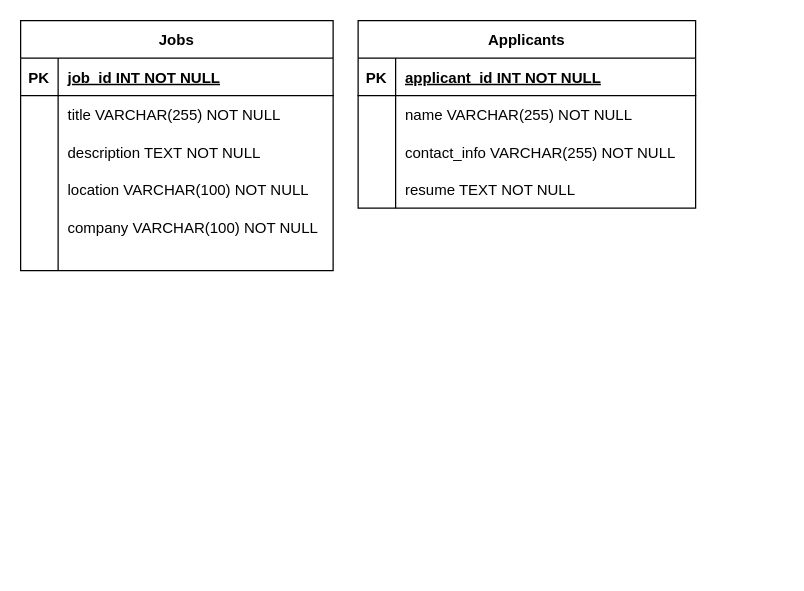
bhargav1997/Easy-Fill keeps this draw.io diagram as JobManagement.drawio. Above is the earlier version. Source tidied: cells renumbered, new cells numbered last; positions are measured from the earlier drawing's top-left corner, leaving out a move shared by most shapes. Both pictures are drawn from the tidied source at 125%, with x=0, y=0 at pixel (20, 20).
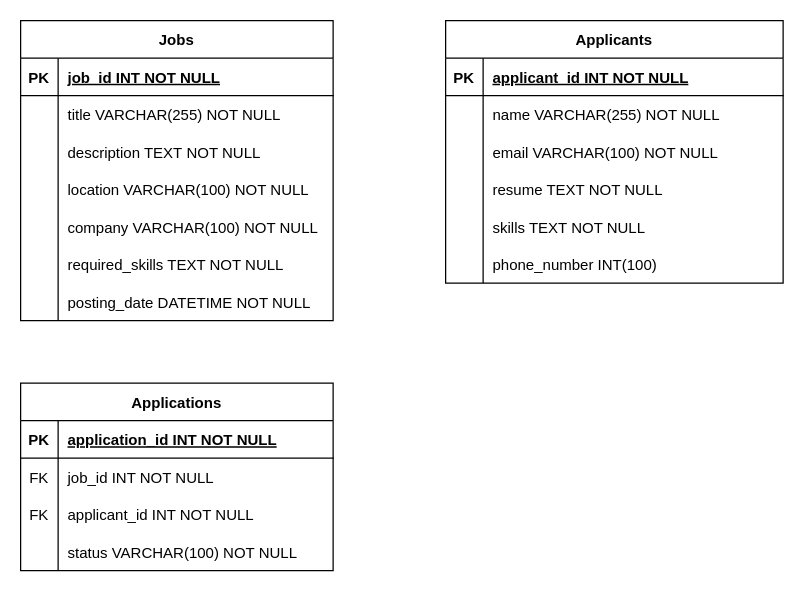
Above is the later version.

The change refers to these unchanged cells:
```xml
<mxCell id="28" style="shape=partialRectangle;fillColor=none;top=0;left=0;right=0;bottom=0;" parent="21" vertex="1">
  <mxGeometry y="90" width="270" height="30" as="geometry" />
</mxCell>
```

What changed in the source:
```diff
@@
     <mxCell id="2" value="Jobs" style="shape=table;startSize=30;childLayout=tableLayout;rowLines=0;fontStyle=1;align=center;" parent="1" vertex="1">
-      <mxGeometry width="250" height="200" as="geometry" />
+      <mxGeometry width="250" height="240" as="geometry" />
     </mxCell>
@@
-    <mxCell id="18" style="shape=partialRectangle;fillColor=none;top=0;left=0;right=0;bottom=0;" parent="2" vertex="1">
-      <mxGeometry y="180" width="250" height="20" as="geometry" />
-    </mxCell>
-    <mxCell id="19" style="shape=partialRectangle;overflow=hidden;fillColor=none;top=0;left=0;bottom=0;right=0;" parent="18" vertex="1">
-      <mxGeometry width="30" height="20" as="geometry" />
-    </mxCell>
-    <mxCell id="20" style="shape=partialRectangle;overflow=hidden;fillColor=none;top=0;left=0;bottom=0;right=0;align=left;spacingLeft=6;" parent="18" vertex="1">
-      <mxGeometry x="30" width="220" height="20" as="geometry" />
-    </mxCell>
+    <mxCell id="34" style="shape=partialRectangle;fillColor=none;top=0;left=0;right=0;bottom=0;" parent="2" vertex="1">
+      <mxGeometry y="180" width="250" height="30" as="geometry" />
+    </mxCell>
+    <mxCell id="35" style="shape=partialRectangle;overflow=hidden;fillColor=none;top=0;left=0;bottom=0;right=0;" parent="34" vertex="1">
+      <mxGeometry width="30" height="30" as="geometry" />
+    </mxCell>
+    <mxCell id="36" value="required_skills TEXT NOT NULL" style="shape=partialRectangle;overflow=hidden;fillColor=none;top=0;left=0;bottom=0;right=0;align=left;spacingLeft=6;" parent="34" vertex="1">
+      <mxGeometry x="30" width="220" height="30" as="geometry" />
+    </mxCell>
+    <mxCell id="37" style="shape=partialRectangle;fillColor=none;top=0;left=0;right=0;bottom=0;" parent="2" vertex="1">
+      <mxGeometry y="210" width="250" height="30" as="geometry" />
+    </mxCell>
+    <mxCell id="38" style="shape=partialRectangle;overflow=hidden;fillColor=none;top=0;left=0;bottom=0;right=0;" parent="37" vertex="1">
+      <mxGeometry width="30" height="30" as="geometry" />
+    </mxCell>
+    <mxCell id="39" value="posting_date DATETIME NOT NULL" style="shape=partialRectangle;overflow=hidden;fillColor=none;top=0;left=0;bottom=0;right=0;align=left;spacingLeft=6;" parent="37" vertex="1">
+      <mxGeometry x="30" width="220" height="30" as="geometry" />
+    </mxCell>
     <mxCell id="21" value="Applicants" style="shape=table;startSize=30;childLayout=tableLayout;rowLines=0;fontStyle=1;align=center;" parent="1" vertex="1">
-      <mxGeometry x="270" width="270" height="150" as="geometry" />
+      <mxGeometry x="340" width="270" height="210" as="geometry" />
     </mxCell>
@@
-    <mxCell id="30" value="contact_info VARCHAR(255) NOT NULL" style="shape=partialRectangle;overflow=hidden;fillColor=none;top=0;left=0;bottom=0;right=0;align=left;spacingLeft=6;" parent="28" vertex="1">
+    <mxCell id="30" value="email VARCHAR(100) NOT NULL" style="shape=partialRectangle;overflow=hidden;fillColor=none;top=0;left=0;bottom=0;right=0;align=left;spacingLeft=6;" parent="28" vertex="1">
       <mxGeometry x="30" width="240" height="30" as="geometry" />
     </mxCell>
@@
+    <mxCell id="40" style="shape=partialRectangle;fillColor=none;top=0;left=0;right=0;bottom=0;" parent="21" vertex="1">
+      <mxGeometry y="150" width="270" height="30" as="geometry" />
+    </mxCell>
+    <mxCell id="41" style="shape=partialRectangle;overflow=hidden;fillColor=none;top=0;left=0;bottom=0;right=0;" parent="40" vertex="1">
+      <mxGeometry width="30" height="30" as="geometry" />
+    </mxCell>
+    <mxCell id="42" value="skills TEXT NOT NULL" style="shape=partialRectangle;overflow=hidden;fillColor=none;top=0;left=0;bottom=0;right=0;align=left;spacingLeft=6;" parent="40" vertex="1">
+      <mxGeometry x="30" width="240" height="30" as="geometry" />
+    </mxCell>
+    <mxCell id="43" style="shape=partialRectangle;fillColor=none;top=0;left=0;right=0;bottom=0;" parent="21" vertex="1">
+      <mxGeometry y="180" width="270" height="30" as="geometry" />
+    </mxCell>
+    <mxCell id="44" style="shape=partialRectangle;overflow=hidden;fillColor=none;top=0;left=0;bottom=0;right=0;" parent="43" vertex="1">
+      <mxGeometry width="30" height="30" as="geometry" />
+    </mxCell>
+    <mxCell id="45" value="phone_number INT(100) " style="shape=partialRectangle;overflow=hidden;fillColor=none;top=0;left=0;bottom=0;right=0;align=left;spacingLeft=6;" parent="43" vertex="1">
+      <mxGeometry x="30" width="240" height="30" as="geometry" />
+    </mxCell>
+    <mxCell id="46" value="Applications" style="shape=table;startSize=30;childLayout=tableLayout;rowLines=0;fontStyle=1;align=center;" parent="1" vertex="1">
+      <mxGeometry y="290" width="250" height="150" as="geometry" />
+    </mxCell>
+    <mxCell id="47" style="shape=partialRectangle;fillColor=none;top=0;left=0;right=0;bottom=1;" parent="46" vertex="1">
+      <mxGeometry y="30" width="250" height="30" as="geometry" />
+    </mxCell>
+    <mxCell id="48" value="PK" style="shape=partialRectangle;overflow=hidden;fillColor=none;top=0;left=0;bottom=0;right=0;fontStyle=1;" parent="47" vertex="1">
+      <mxGeometry width="30" height="30" as="geometry" />
+    </mxCell>
+    <mxCell id="49" value="application_id INT NOT NULL " style="shape=partialRectangle;overflow=hidden;fillColor=none;top=0;left=0;bottom=0;right=0;align=left;spacingLeft=6;fontStyle=5;" parent="47" vertex="1">
+      <mxGeometry x="30" width="220" height="30" as="geometry" />
+    </mxCell>
+    <mxCell id="50" style="shape=partialRectangle;fillColor=none;top=0;left=0;right=0;bottom=0;" parent="46" vertex="1">
+      <mxGeometry y="60" width="250" height="30" as="geometry" />
+    </mxCell>
+    <mxCell id="51" value="FK" style="shape=partialRectangle;overflow=hidden;fillColor=none;top=0;left=0;bottom=0;right=0;" parent="50" vertex="1">
+      <mxGeometry width="30" height="30" as="geometry" />
+    </mxCell>
+    <mxCell id="52" value="job_id INT NOT NULL" style="shape=partialRectangle;overflow=hidden;fillColor=none;top=0;left=0;bottom=0;right=0;align=left;spacingLeft=6;" parent="50" vertex="1">
+      <mxGeometry x="30" width="220" height="30" as="geometry" />
+    </mxCell>
+    <mxCell id="53" style="shape=partialRectangle;fillColor=none;top=0;left=0;right=0;bottom=0;" parent="46" vertex="1">
+      <mxGeometry y="90" width="250" height="30" as="geometry" />
+    </mxCell>
+    <mxCell id="54" value="FK" style="shape=partialRectangle;overflow=hidden;fillColor=none;top=0;left=0;bottom=0;right=0;" parent="53" vertex="1">
+      <mxGeometry width="30" height="30" as="geometry" />
+    </mxCell>
+    <mxCell id="55" value="applicant_id INT NOT NULL" style="shape=partialRectangle;overflow=hidden;fillColor=none;top=0;left=0;bottom=0;right=0;align=left;spacingLeft=6;" parent="53" vertex="1">
+      <mxGeometry x="30" width="220" height="30" as="geometry" />
+    </mxCell>
+    <mxCell id="56" style="shape=partialRectangle;fillColor=none;top=0;left=0;right=0;bottom=0;" parent="46" vertex="1">
+      <mxGeometry y="120" width="250" height="30" as="geometry" />
+    </mxCell>
+    <mxCell id="57" style="shape=partialRectangle;overflow=hidden;fillColor=none;top=0;left=0;bottom=0;right=0;" parent="56" vertex="1">
+      <mxGeometry width="30" height="30" as="geometry" />
+    </mxCell>
+    <mxCell id="58" value="status VARCHAR(100) NOT NULL" style="shape=partialRectangle;overflow=hidden;fillColor=none;top=0;left=0;bottom=0;right=0;align=left;spacingLeft=6;" parent="56" vertex="1">
+      <mxGeometry x="30" width="220" height="30" as="geometry" />
+    </mxCell>
```
